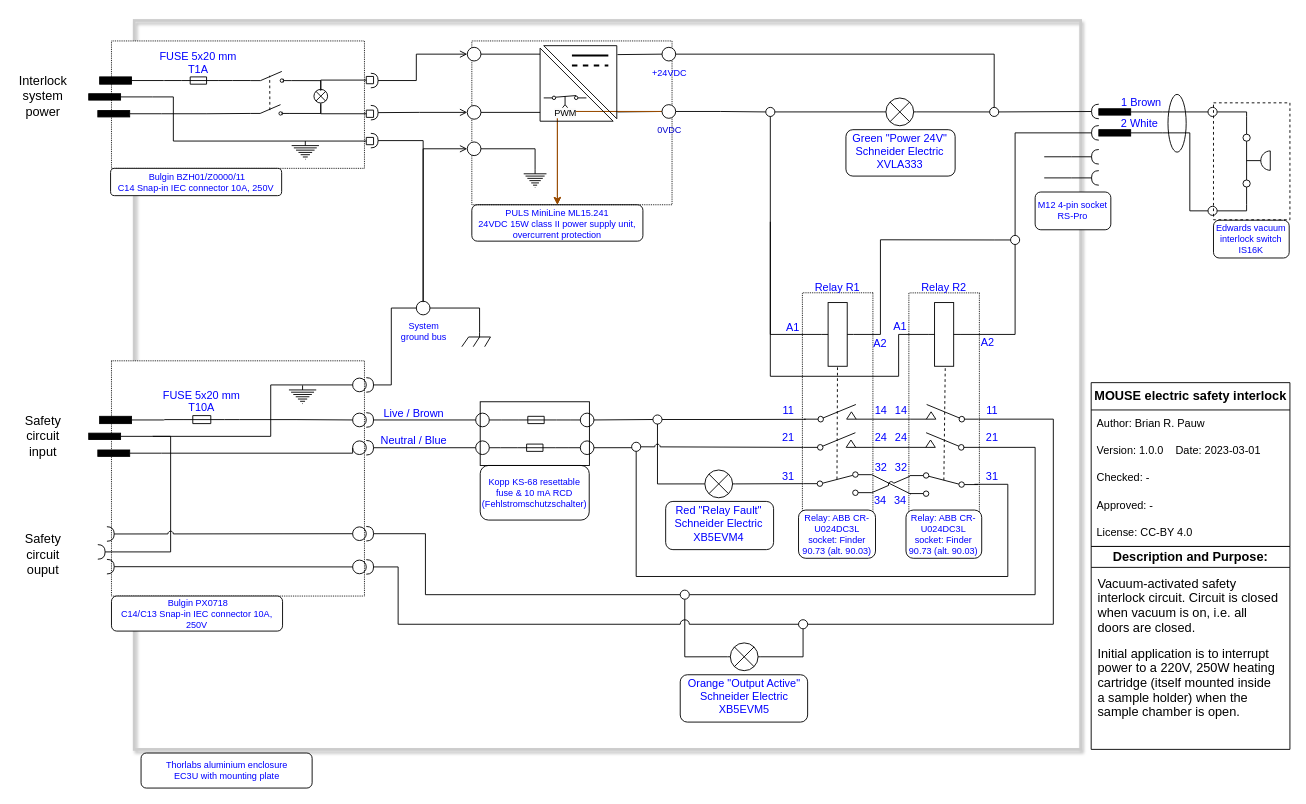
Above: safetyCircuit.drawio in BAMresearch/ElectricSafetyInterlock (draw.io), before the change. Source tidied: cells renumbered, new cells numbered last; positions are measured from the earlier drawing's top-left corner, leaving out a move shared by most shapes. Both pictures are drawn from the tidied source at 91%, with x=0, y=0 at pixel (15, 20).
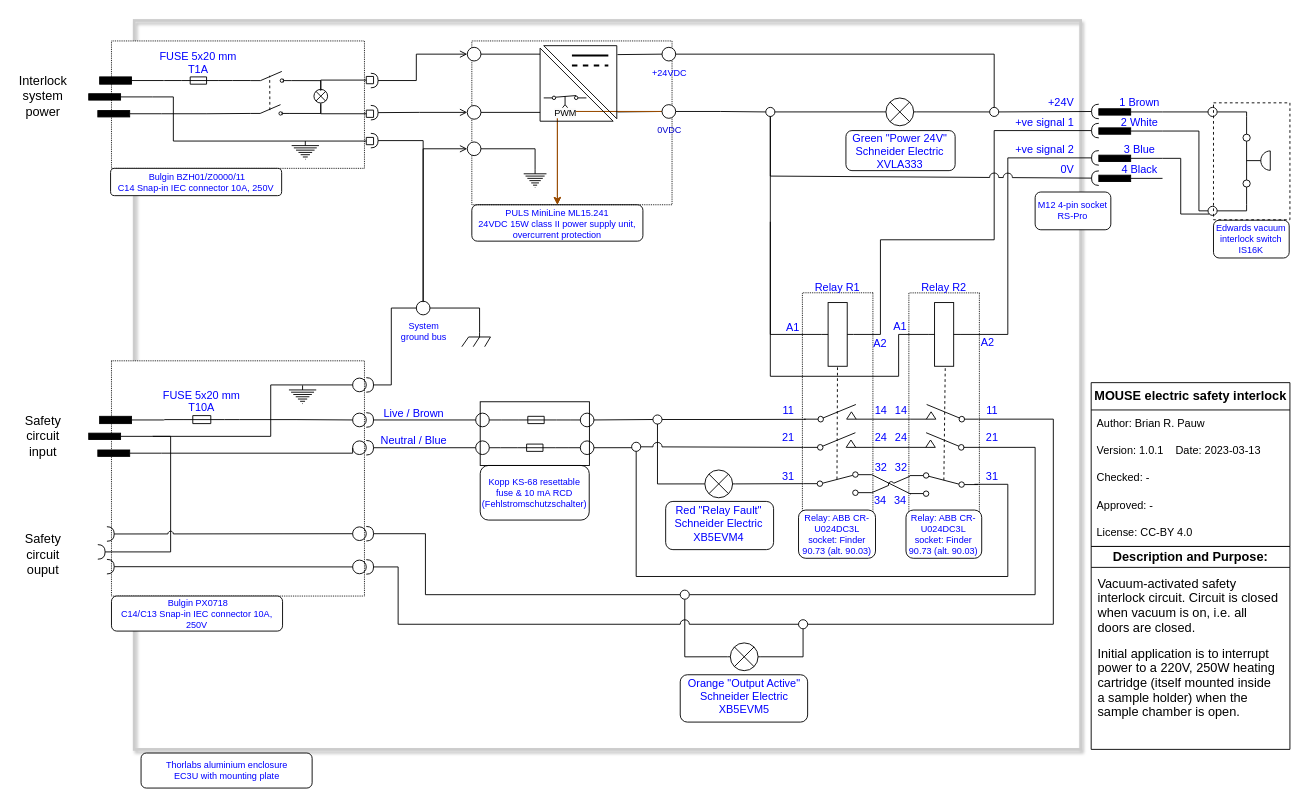
Above is the later version.

Commit message (it also covers changes not shown here):
Updated wiring with two external signal lines for improved safety

The change refers to these unchanged cells:
```xml
<mxCell id="13" style="ellipse;whiteSpace=wrap;html=1;strokeColor=#000000;strokeWidth=1;fillColor=none;" parent="1" vertex="1">
  <mxGeometry x="824" y="95.5" width="10" height="10" as="geometry" />
</mxCell>
<mxCell id="63" style="verticalLabelPosition=bottom;shadow=0;dashed=0;align=center;html=1;verticalAlign=top;shape=mxgraph.electrical.electro-mechanical.relay_coil;rotation=90;" parent="1" vertex="1">
  <mxGeometry x="985" y="327.5" width="70" height="35" as="geometry" />
</mxCell>
<mxCell id="65" style="verticalLabelPosition=bottom;shadow=0;dashed=0;align=center;html=1;verticalAlign=top;shape=mxgraph.electrical.electro-mechanical.relay_coil;rotation=90;" parent="1" vertex="1">
  <mxGeometry x="868" y="327.5" width="70" height="35" as="geometry" />
</mxCell>
<mxCell id="72" style="ellipse;whiteSpace=wrap;html=1;strokeColor=#000000;strokeWidth=1;fillColor=none;" parent="1" vertex="1">
  <mxGeometry x="1310" y="204.2" width="10" height="10" as="geometry" />
</mxCell>
<mxCell id="79" style="verticalLabelPosition=bottom;shadow=0;dashed=0;align=center;html=1;verticalAlign=top;shape=mxgraph.electrical.electro-mechanical.springReturn3;elSwitchState=off;rounded=1;strokeColor=default;strokeWidth=1;fontSize=10;fillColor=none;" parent="1" vertex="1">
  <mxGeometry x="865.5" y="453" width="75" height="26" as="geometry" />
</mxCell>
<mxCell id="154" value="&lt;b&gt;&lt;font style=&quot;font-size: 14px;&quot;&gt;MOUSE electric safety interlock&lt;/font&gt;&lt;/b&gt;" style="swimlane;fontStyle=0;horizontal=1;startSize=30;whiteSpace=wrap;html=1;fillColor=default;" parent="1" vertex="1">
  <mxGeometry x="1181.6" y="398" width="218.4" height="180" as="geometry" />
</mxCell>
<mxCell id="165" style="verticalLabelPosition=bottom;shadow=0;dashed=0;align=center;html=1;verticalAlign=top;strokeWidth=1;shape=ellipse;perimeter=ellipsePerimeter;rounded=1;dashPattern=1 1;strokeColor=default;fontSize=10;fillColor=none;" parent="1" vertex="1">
  <mxGeometry x="676.6" y="463.5" width="10" height="10" as="geometry" />
</mxCell>
```

The edit, as a diff of the source:
```diff
@@
     <mxCell id="5" style="rounded=1;whiteSpace=wrap;html=1;fillColor=default;" parent="1" vertex="1">
-      <mxGeometry x="912.1" y="120" width="120" height="51" as="geometry" />
+      <mxGeometry x="912.1" y="121" width="120" height="44" as="geometry" />
     </mxCell>
@@
-    <mxCell id="66" style="edgeStyle=orthogonalEdgeStyle;rounded=0;jumpStyle=none;jettySize=auto;html=1;exitX=0.5;exitY=1;exitDx=0;exitDy=0;entryX=0.5;entryY=0;entryDx=0;entryDy=0;entryPerimeter=0;strokeWidth=1;fontSize=10;startArrow=none;startFill=0;endArrow=none;endFill=0;" parent="1" edge="1" source="168" target="63">
-      <mxGeometry relative="1" as="geometry">
-        <Array as="points">
-          <mxPoint x="1098" y="345" />
-        </Array>
-      </mxGeometry>
-    </mxCell>
-    <mxCell id="67" style="edgeStyle=orthogonalEdgeStyle;rounded=0;jumpStyle=none;jettySize=auto;html=1;exitX=0;exitY=0.5;exitDx=0;exitDy=0;entryX=0.5;entryY=0;entryDx=0;entryDy=0;entryPerimeter=0;strokeWidth=1;fontSize=10;startArrow=none;startFill=0;endArrow=none;endFill=0;" parent="1" edge="1" source="168" target="65">
+    <mxCell id="67" style="edgeStyle=orthogonalEdgeStyle;rounded=0;jumpStyle=none;orthogonalLoop=1;jettySize=auto;html=1;entryX=0.5;entryY=0;entryDx=0;entryDy=0;entryPerimeter=0;strokeWidth=1;fontSize=10;startArrow=halfCircle;startFill=0;endArrow=none;endFill=0;" parent="1" edge="1">
       <mxGeometry relative="1" as="geometry">
+        <mxPoint x="1190" y="121" as="sourcePoint" />
+        <mxPoint x="920.5" y="345" as="targetPoint" />
         <Array as="points">
+          <mxPoint x="1075" y="121" />
           <mxPoint x="1075" y="241" />
           <mxPoint x="950" y="241" />
           <mxPoint x="950" y="345" />
         </Array>
       </mxGeometry>
     </mxCell>
-    <mxCell id="68" style="edgeStyle=orthogonalEdgeStyle;rounded=0;jettySize=auto;html=1;exitX=0.5;exitY=0;exitDx=0;exitDy=0;endArrow=halfCircle;endFill=0;entryX=1;entryY=0.5;entryDx=0;entryDy=0;entryPerimeter=0;" parent="1" edge="1" source="168" target="153">
+    <mxCell id="68" style="edgeStyle=orthogonalEdgeStyle;rounded=0;jettySize=auto;html=1;endArrow=halfCircle;endFill=0;exitX=0.5;exitY=0;exitDx=0;exitDy=0;exitPerimeter=0;" parent="1" edge="1" source="63">
       <mxGeometry relative="1" as="geometry">
+        <mxPoint x="1190" y="151" as="targetPoint" />
         <Array as="points">
-          <mxPoint x="1098" y="124" />
+          <mxPoint x="1090" y="345" />
+          <mxPoint x="1090" y="151" />
         </Array>
       </mxGeometry>
     </mxCell>
@@
-    <mxCell id="124" style="edgeStyle=orthogonalEdgeStyle;rounded=0;jumpStyle=arc;jettySize=auto;html=1;exitX=1;exitY=0.5;exitDx=0;exitDy=0;entryX=0;entryY=0.62;entryDx=0;entryDy=0;strokeWidth=1;fontSize=10;startArrow=none;startFill=0;endArrow=none;endFill=0;" parent="1" edge="1" source="165" target="79">
+    <mxCell id="124" style="edgeStyle=orthogonalEdgeStyle;rounded=0;jumpStyle=arc;jettySize=auto;html=1;exitX=1;exitY=0.5;exitDx=0;exitDy=0;entryX=0;entryY=0.62;entryDx=0;entryDy=0;strokeWidth=1;fontSize=10;startArrow=none;startFill=0;endArrow=none;endFill=0;jumpSize=10;" parent="1" edge="1" source="165" target="79">
       <mxGeometry relative="1" as="geometry" />
     </mxCell>
@@
-    <mxCell id="147" style="edgeStyle=orthogonalEdgeStyle;rounded=0;orthogonalLoop=1;jettySize=auto;html=1;endArrow=halfCircle;endFill=0;" parent="1" edge="1">
-      <mxGeometry relative="1" as="geometry">
-        <mxPoint x="1130" y="149.8" as="sourcePoint" />
-        <mxPoint x="1190" y="149.8" as="targetPoint" />
-        <Array as="points">
-          <mxPoint x="1160" y="149.8" />
-          <mxPoint x="1160" y="149.8" />
-        </Array>
-      </mxGeometry>
-    </mxCell>
-    <mxCell id="148" style="edgeStyle=orthogonalEdgeStyle;rounded=0;orthogonalLoop=1;jettySize=auto;html=1;endArrow=halfCircle;endFill=0;" parent="1" edge="1">
-      <mxGeometry relative="1" as="geometry">
-        <mxPoint x="1130" y="173" as="sourcePoint" />
-        <mxPoint x="1190" y="173" as="targetPoint" />
-        <Array as="points">
-          <mxPoint x="1160" y="173" />
-          <mxPoint x="1160" y="173" />
-        </Array>
-      </mxGeometry>
-    </mxCell>
@@
     <mxCell id="152" style="edgeStyle=orthogonalEdgeStyle;rounded=0;jettySize=auto;html=1;exitX=0;exitY=0.5;exitDx=0;exitDy=0;exitPerimeter=0;entryX=0;entryY=0.5;entryDx=0;entryDy=0;endArrow=none;endFill=0;" parent="1" edge="1" source="153" target="72">
       <mxGeometry relative="1" as="geometry">
         <Array as="points">
-          <mxPoint x="1290" y="123" />
-          <mxPoint x="1290" y="209" />
+          <mxPoint x="1300" y="122" />
+          <mxPoint x="1300" y="209" />
         </Array>
       </mxGeometry>
     </mxCell>
     <mxCell id="153" style="verticalLabelPosition=bottom;shadow=0;dashed=0;align=center;fillColor=strokeColor;html=1;verticalAlign=top;strokeWidth=1;shape=mxgraph.electrical.miscellaneous.mf_contact_2;rotation=-180;" parent="1" vertex="1">
-      <mxGeometry x="1190" y="120" width="70" height="7" as="geometry" />
+      <mxGeometry x="1190" y="118" width="70" height="7" as="geometry" />
     </mxCell>
@@
-    <mxCell id="156" value="Version: 1.0.0&amp;nbsp; &amp;nbsp; Date: 2023-03-01" style="text;strokeColor=none;fillColor=none;align=left;verticalAlign=middle;spacingLeft=4;spacingRight=4;overflow=hidden;whiteSpace=wrap;html=1;" parent="154" vertex="1">
+    <mxCell id="156" value="Version: 1.0.1&amp;nbsp; &amp;nbsp; Date: 2023-03-13" style="text;strokeColor=none;fillColor=none;align=left;verticalAlign=middle;spacingLeft=4;spacingRight=4;overflow=hidden;whiteSpace=wrap;html=1;" parent="154" vertex="1">
       <mxGeometry y="60" width="218.4" height="30" as="geometry" />
     </mxCell>
@@
-    <mxCell id="162" style="ellipse;whiteSpace=wrap;html=1;fontFamily=Helvetica;fontSize=14;fillColor=none;" parent="1" vertex="1">
-      <mxGeometry x="1266" y="81.2" width="20" height="63.5" as="geometry" />
-    </mxCell>
@@
-    <mxCell id="168" style="ellipse;whiteSpace=wrap;html=1;strokeColor=#000000;strokeWidth=1;fillColor=none;" parent="1" vertex="1">
-      <mxGeometry x="1093" y="236.2" width="10" height="10" as="geometry" />
-    </mxCell>
@@
     <mxCell id="191" value="1 Brown" style="text;html=1;strokeColor=none;fillColor=none;align=center;verticalAlign=middle;whiteSpace=wrap;rounded=0;fontColor=#0000FF;" parent="1" vertex="1">
-      <mxGeometry x="1207" y="74.5" width="60" height="30" as="geometry" />
+      <mxGeometry x="1205" y="74.5" width="60" height="30" as="geometry" />
     </mxCell>
     <mxCell id="192" value="2 White" style="text;html=1;strokeColor=none;fillColor=none;align=center;verticalAlign=middle;whiteSpace=wrap;rounded=0;fontColor=#0000FF;" parent="1" vertex="1">
-      <mxGeometry x="1205" y="99" width="60" height="30" as="geometry" />
+      <mxGeometry x="1205" y="97" width="60" height="30" as="geometry" />
     </mxCell>
+    <mxCell id="193" style="verticalLabelPosition=bottom;shadow=0;dashed=0;align=center;fillColor=strokeColor;html=1;verticalAlign=top;strokeWidth=1;shape=mxgraph.electrical.miscellaneous.mf_contact_2;rotation=-180;" parent="1" vertex="1">
+      <mxGeometry x="1190" y="148" width="70" height="7" as="geometry" />
+    </mxCell>
+    <mxCell id="194" value="3 Blue" style="text;html=1;strokeColor=none;fillColor=none;align=center;verticalAlign=middle;whiteSpace=wrap;rounded=0;fontColor=#0000FF;" parent="1" vertex="1">
+      <mxGeometry x="1205" y="127" width="60" height="30" as="geometry" />
+    </mxCell>
+    <mxCell id="195" style="edgeStyle=orthogonalEdgeStyle;rounded=0;jettySize=auto;html=1;entryX=0;entryY=1;entryDx=0;entryDy=0;endArrow=none;endFill=0;" parent="1" edge="1" source="193" target="72">
+      <mxGeometry relative="1" as="geometry">
+        <Array as="points">
+          <mxPoint x="1280" y="152" />
+          <mxPoint x="1280" y="213" />
+        </Array>
+      </mxGeometry>
+    </mxCell>
+    <mxCell id="196" value="4 Black" style="text;html=1;strokeColor=none;fillColor=none;align=center;verticalAlign=middle;whiteSpace=wrap;rounded=0;fontColor=#0000FF;" parent="1" vertex="1">
+      <mxGeometry x="1205" y="149" width="60" height="30" as="geometry" />
+    </mxCell>
+    <mxCell id="197" style="verticalLabelPosition=bottom;shadow=0;dashed=0;align=center;fillColor=strokeColor;html=1;verticalAlign=top;strokeWidth=1;shape=mxgraph.electrical.miscellaneous.mf_contact_2;rotation=-180;" parent="1" vertex="1">
+      <mxGeometry x="1190" y="170" width="70" height="7" as="geometry" />
+    </mxCell>
+    <mxCell id="198" style="edgeStyle=orthogonalEdgeStyle;rounded=0;jettySize=auto;html=1;startArrow=none;startFill=0;endArrow=halfCircle;endFill=0;exitX=0.5;exitY=1;exitDx=0;exitDy=0;jumpStyle=arc;jumpSize=10;" parent="1" edge="1" source="13" target="197">
+      <mxGeometry relative="1" as="geometry">
+        <Array as="points">
+          <mxPoint x="829" y="171" />
+        </Array>
+      </mxGeometry>
+    </mxCell>
+    <mxCell id="199" value="+24V" style="text;html=1;strokeColor=none;fillColor=none;align=right;verticalAlign=middle;whiteSpace=wrap;rounded=0;fontColor=#0000FF;" parent="1" vertex="1">
+      <mxGeometry x="1105" y="74.5" width="60" height="30" as="geometry" />
+    </mxCell>
+    <mxCell id="200" value="+ve signal 1" style="text;html=1;strokeColor=none;fillColor=none;align=right;verticalAlign=middle;whiteSpace=wrap;rounded=0;fontColor=#0000FF;" parent="1" vertex="1">
+      <mxGeometry x="1090" y="97" width="75" height="30" as="geometry" />
+    </mxCell>
+    <mxCell id="201" value="+ve signal 2" style="text;html=1;strokeColor=none;fillColor=none;align=right;verticalAlign=middle;whiteSpace=wrap;rounded=0;fontColor=#0000FF;" parent="1" vertex="1">
+      <mxGeometry x="1090" y="127" width="75" height="30" as="geometry" />
+    </mxCell>
+    <mxCell id="202" value="0V" style="text;html=1;strokeColor=none;fillColor=none;align=right;verticalAlign=middle;whiteSpace=wrap;rounded=0;fontColor=#0000FF;" parent="1" vertex="1">
+      <mxGeometry x="1105" y="149" width="60" height="30" as="geometry" />
+    </mxCell>
```
